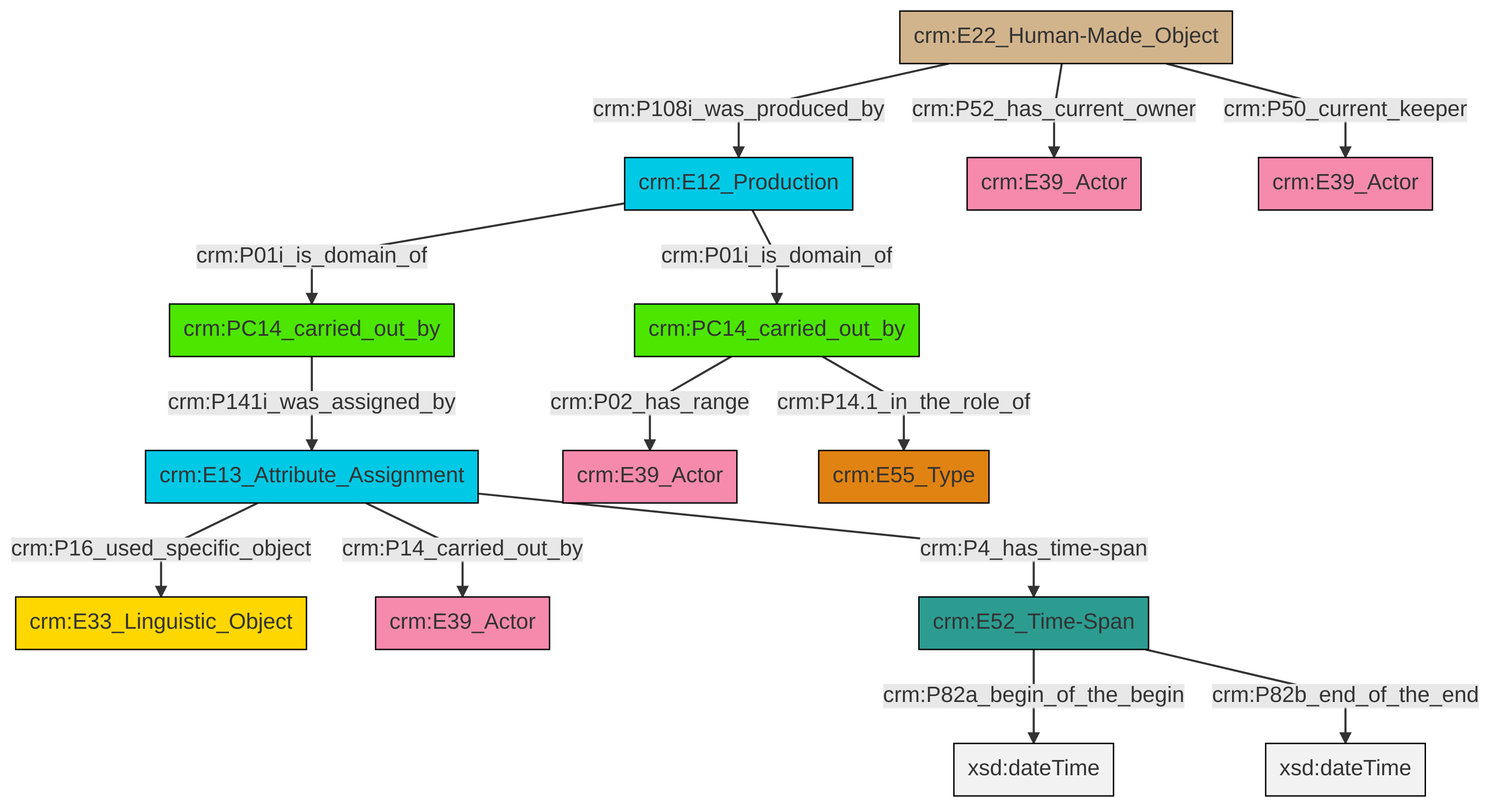
This is et/carrierCSV/ttl/mmd/png/carrier_relations.png from swiss-art-research-net/docs.swissartresearch, a Mermaid export, as it was before one commit. Its source is kept beside it as et/carrierCSV/ttl/mmd/carrier_relations.ttl.mmd.
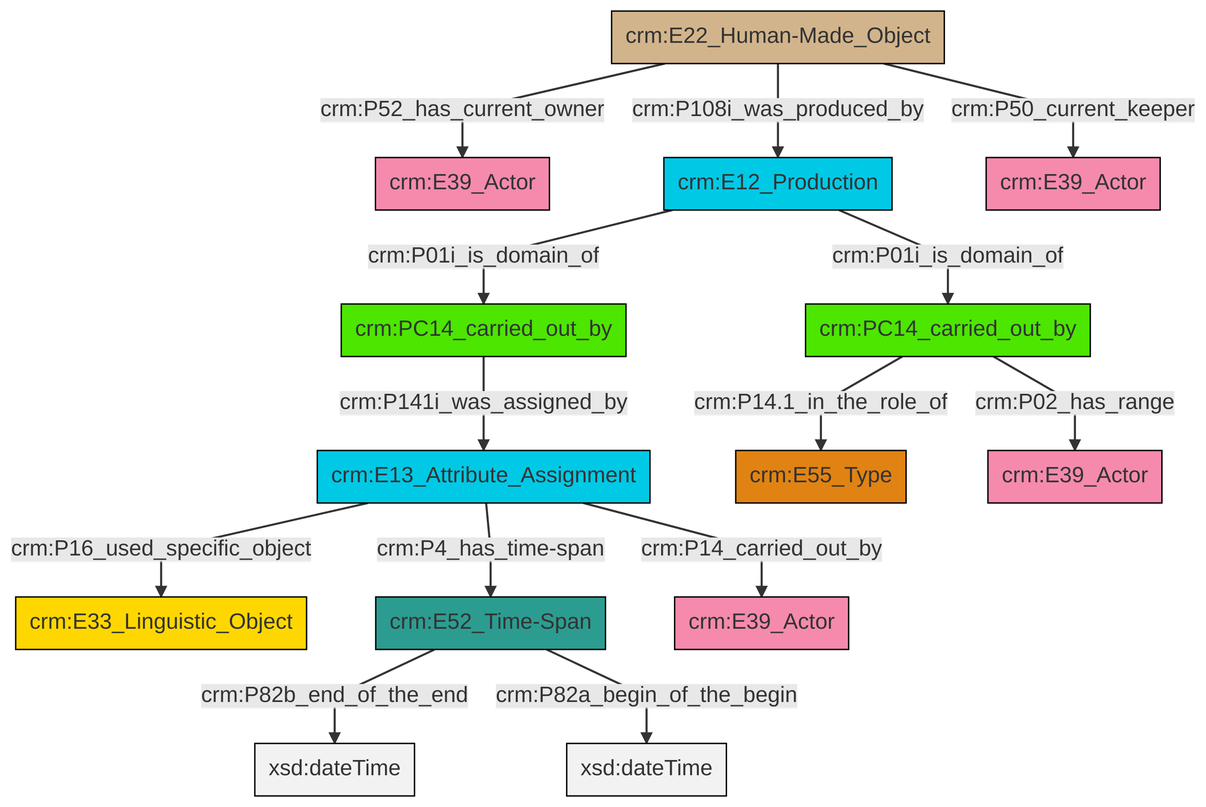
The same diagram one commit later.

Diff of the diagram source:
```diff
@@ -13,16 +13,16 @@
 classDef PC_Classes fill:#4ce600, stroke:#000000;
 classDef Multi fill:#cccccc,stroke:#000000;
 
-0["crm:E22_Human-Made_Object"]:::Physical_Thing -->|crm:P108i_was_produced_by| 1["crm:E12_Production"]:::Temporal_Entity
-2["crm:PC14_carried_out_by"]:::PC_Classes -->|crm:P02_has_range| 3["crm:E39_Actor"]:::Actor
-4["crm:E13_Attribute_Assignment"]:::Temporal_Entity -->|crm:P16_used_specific_object| 5["crm:E33_Linguistic_Object"]:::Conceptual_Object
-0["crm:E22_Human-Made_Object"]:::Physical_Thing -->|crm:P52_has_current_owner| 8["crm:E39_Actor"]:::Actor
-2["crm:PC14_carried_out_by"]:::PC_Classes -->|crm:P14.1_in_the_role_of| 13["crm:E55_Type"]:::Type
-0["crm:E22_Human-Made_Object"]:::Physical_Thing -->|crm:P50_current_keeper| 9["crm:E39_Actor"]:::Actor
-1["crm:E12_Production"]:::Temporal_Entity -->|crm:P01i_is_domain_of| 15["crm:PC14_carried_out_by"]:::PC_Classes
-16["crm:E52_Time-Span"]:::Time-Span -->|crm:P82a_begin_of_the_begin| 18[xsd:dateTime]:::Literal
-15["crm:PC14_carried_out_by"]:::PC_Classes -->|crm:P141i_was_assigned_by| 4["crm:E13_Attribute_Assignment"]:::Temporal_Entity
-1["crm:E12_Production"]:::Temporal_Entity -->|crm:P01i_is_domain_of| 2["crm:PC14_carried_out_by"]:::PC_Classes
-16["crm:E52_Time-Span"]:::Time-Span -->|crm:P82b_end_of_the_end| 20[xsd:dateTime]:::Literal
-4["crm:E13_Attribute_Assignment"]:::Temporal_Entity -->|crm:P14_carried_out_by| 11["crm:E39_Actor"]:::Actor
-4["crm:E13_Attribute_Assignment"]:::Temporal_Entity -->|crm:P4_has_time-span| 16["crm:E52_Time-Span"]:::Time-Span
+4["crm:E22_Human-Made_Object"]:::Physical_Thing -->|crm:P108i_was_produced_by| 8["crm:E12_Production"]:::Temporal_Entity
+8["crm:E12_Production"]:::Temporal_Entity -->|crm:P01i_is_domain_of| 9["crm:PC14_carried_out_by"]:::PC_Classes
+11["crm:E13_Attribute_Assignment"]:::Temporal_Entity -->|crm:P4_has_time-span| 12["crm:E52_Time-Span"]:::Time-Span
+8["crm:E12_Production"]:::Temporal_Entity -->|crm:P01i_is_domain_of| 0["crm:PC14_carried_out_by"]:::PC_Classes
+9["crm:PC14_carried_out_by"]:::PC_Classes -->|crm:P141i_was_assigned_by| 11["crm:E13_Attribute_Assignment"]:::Temporal_Entity
+0["crm:PC14_carried_out_by"]:::PC_Classes -->|crm:P14.1_in_the_role_of| 13["crm:E55_Type"]:::Type
+11["crm:E13_Attribute_Assignment"]:::Temporal_Entity -->|crm:P14_carried_out_by| 14["crm:E39_Actor"]:::Actor
+12["crm:E52_Time-Span"]:::Time-Span -->|crm:P82b_end_of_the_end| 17[xsd:dateTime]:::Literal
+0["crm:PC14_carried_out_by"]:::PC_Classes -->|crm:P02_has_range| 18["crm:E39_Actor"]:::Actor
+4["crm:E22_Human-Made_Object"]:::Physical_Thing -->|crm:P52_has_current_owner| 2["crm:E39_Actor"]:::Actor
+12["crm:E52_Time-Span"]:::Time-Span -->|crm:P82a_begin_of_the_begin| 23[xsd:dateTime]:::Literal
+11["crm:E13_Attribute_Assignment"]:::Temporal_Entity -->|crm:P16_used_specific_object| 6["crm:E33_Linguistic_Object"]:::Conceptual_Object
+4["crm:E22_Human-Made_Object"]:::Physical_Thing -->|crm:P50_current_keeper| 15["crm:E39_Actor"]:::Actor
```
